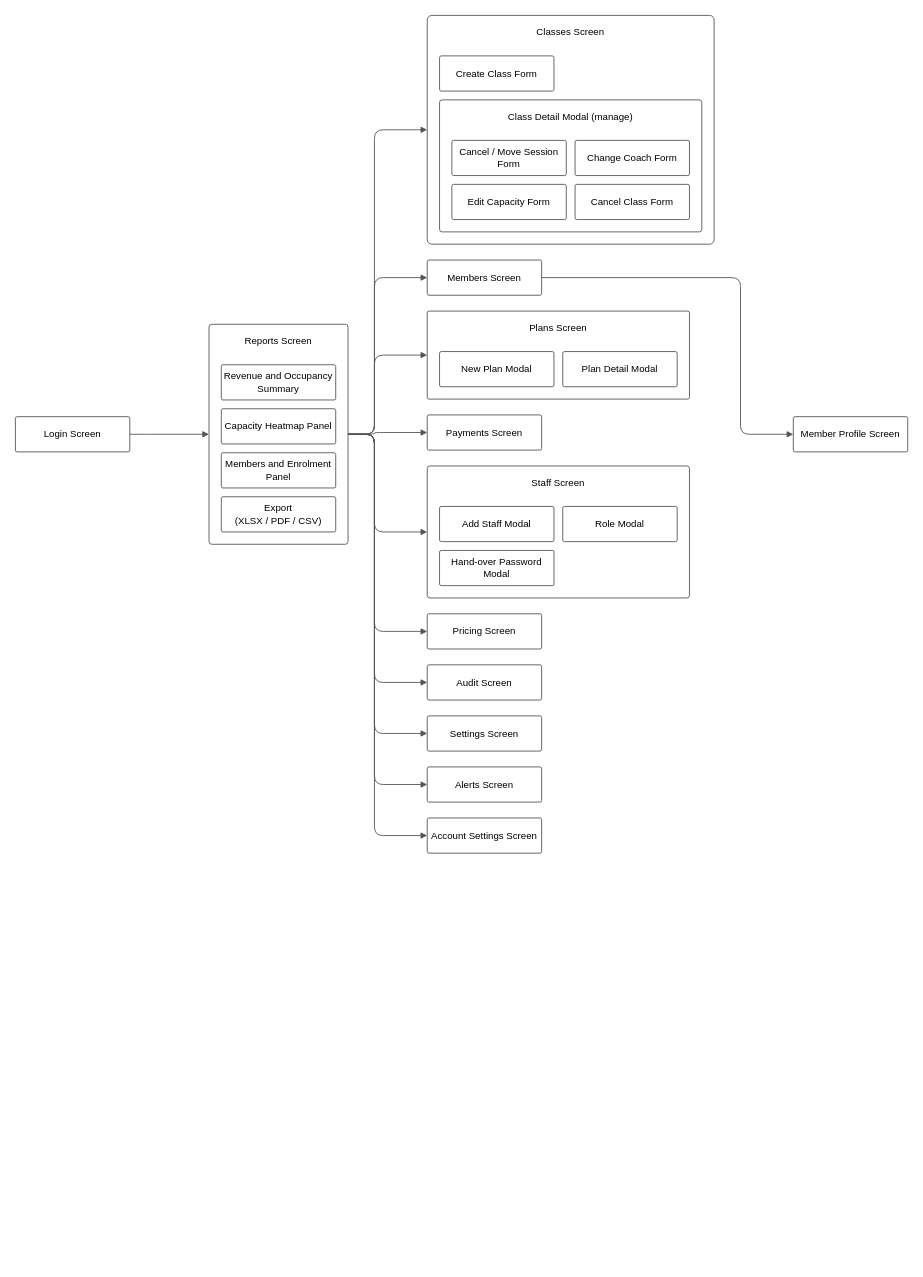
Before: docs/drawio/05-Manager.drawio in thanhsu263/sport-center-management-system, a draw.io diagram. Source tidied: cells renumbered, new cells numbered last; positions are measured from the earlier drawing's top-left corner, leaving out a move shared by most shapes. Both pictures are drawn from the tidied source at 88%, with x=0, y=0 at pixel (15, 15).
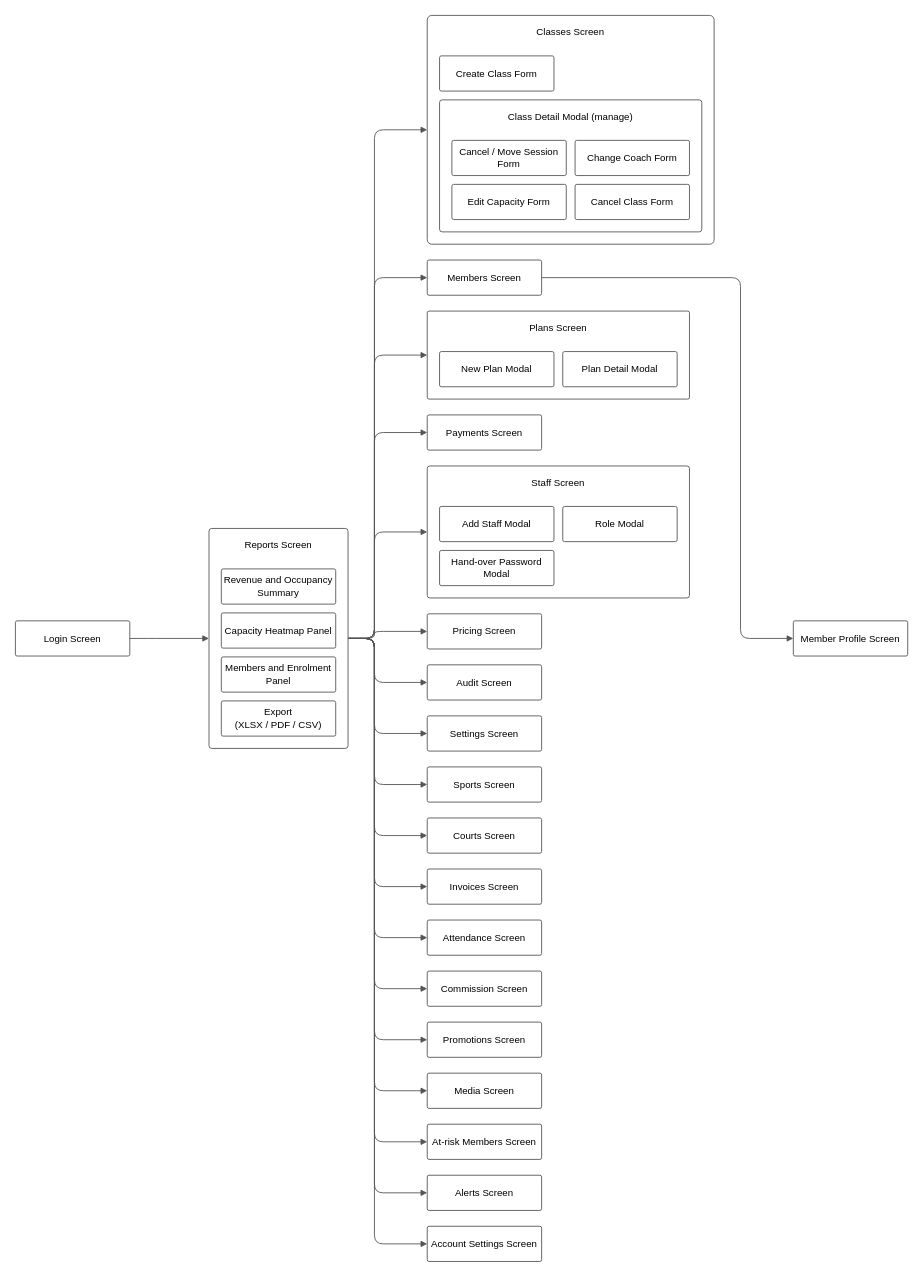
After the change.

The change refers to these unchanged cells:
```xml
<mxCell id="8" value="Classes Screen" style="rounded=1;arcSize=2;whiteSpace=wrap;html=1;fillColor=#ffffff;strokeColor=#555555;strokeWidth=1;verticalAlign=top;align=center;spacingTop=6;fontStyle=0;fontSize=11;fontFamily=Arial;" parent="1" vertex="1">
  <mxGeometry x="468" width="326" height="260" as="geometry" />
</mxCell>
<mxCell id="15" value="Members Screen" style="rounded=1;arcSize=5;whiteSpace=wrap;html=1;fillColor=#ffffff;strokeColor=#555555;strokeWidth=1;fontSize=11;fontFamily=Arial;shadow=0;" parent="1" vertex="1">
  <mxGeometry x="468" y="278" width="130" height="40" as="geometry" />
</mxCell>
<mxCell id="16" value="Plans Screen" style="rounded=1;arcSize=2;whiteSpace=wrap;html=1;fillColor=#ffffff;strokeColor=#555555;strokeWidth=1;verticalAlign=top;align=center;spacingTop=6;fontStyle=0;fontSize=11;fontFamily=Arial;" parent="1" vertex="1">
  <mxGeometry x="468" y="336" width="298" height="100" as="geometry" />
</mxCell>
<mxCell id="19" value="Payments Screen" style="rounded=1;arcSize=5;whiteSpace=wrap;html=1;fillColor=#ffffff;strokeColor=#555555;strokeWidth=1;fontSize=11;fontFamily=Arial;shadow=0;" parent="1" vertex="1">
  <mxGeometry x="468" y="454" width="130" height="40" as="geometry" />
</mxCell>
<mxCell id="20" value="Staff Screen" style="rounded=1;arcSize=2;whiteSpace=wrap;html=1;fillColor=#ffffff;strokeColor=#555555;strokeWidth=1;verticalAlign=top;align=center;spacingTop=6;fontStyle=0;fontSize=11;fontFamily=Arial;" parent="1" vertex="1">
  <mxGeometry x="468" y="512" width="298" height="150" as="geometry" />
</mxCell>
<mxCell id="24" value="Pricing Screen" style="rounded=1;arcSize=5;whiteSpace=wrap;html=1;fillColor=#ffffff;strokeColor=#555555;strokeWidth=1;fontSize=11;fontFamily=Arial;shadow=0;" parent="1" vertex="1">
  <mxGeometry x="468" y="680" width="130" height="40" as="geometry" />
</mxCell>
<mxCell id="25" value="Audit Screen" style="rounded=1;arcSize=5;whiteSpace=wrap;html=1;fillColor=#ffffff;strokeColor=#555555;strokeWidth=1;fontSize=11;fontFamily=Arial;shadow=0;" parent="1" vertex="1">
  <mxGeometry x="468" y="738" width="130" height="40" as="geometry" />
</mxCell>
<mxCell id="26" value="Settings Screen" style="rounded=1;arcSize=5;whiteSpace=wrap;html=1;fillColor=#ffffff;strokeColor=#555555;strokeWidth=1;fontSize=11;fontFamily=Arial;shadow=0;" parent="1" vertex="1">
  <mxGeometry x="468" y="796" width="130" height="40" as="geometry" />
</mxCell>
```

The edit, as a diff of the source:
```diff
@@
     <mxCell id="2" value="Login Screen" style="rounded=1;arcSize=5;whiteSpace=wrap;html=1;fillColor=#ffffff;strokeColor=#555555;strokeWidth=1;fontSize=11;fontFamily=Arial;shadow=0;" parent="1" vertex="1">
-      <mxGeometry y="456" width="130" height="40" as="geometry" />
+      <mxGeometry y="688" width="130" height="40" as="geometry" />
     </mxCell>
     <mxCell id="3" value="Reports Screen" style="rounded=1;arcSize=2;whiteSpace=wrap;html=1;fillColor=#ffffff;strokeColor=#555555;strokeWidth=1;verticalAlign=top;align=center;spacingTop=6;fontStyle=0;fontSize=11;fontFamily=Arial;" parent="1" vertex="1">
-      <mxGeometry x="220" y="351" width="158" height="250" as="geometry" />
+      <mxGeometry x="220" y="583" width="158" height="250" as="geometry" />
     </mxCell>
@@
+    <mxCell id="42" value="Sports Screen" style="rounded=1;arcSize=5;whiteSpace=wrap;html=1;fillColor=#ffffff;strokeColor=#555555;strokeWidth=1;fontSize=11;fontFamily=Arial;shadow=0;" parent="1" vertex="1">
+      <mxGeometry x="468" y="854" width="130" height="40" as="geometry" />
+    </mxCell>
+    <mxCell id="43" value="Courts Screen" style="rounded=1;arcSize=5;whiteSpace=wrap;html=1;fillColor=#ffffff;strokeColor=#555555;strokeWidth=1;fontSize=11;fontFamily=Arial;shadow=0;" parent="1" vertex="1">
+      <mxGeometry x="468" y="912" width="130" height="40" as="geometry" />
+    </mxCell>
+    <mxCell id="44" value="Invoices Screen" style="rounded=1;arcSize=5;whiteSpace=wrap;html=1;fillColor=#ffffff;strokeColor=#555555;strokeWidth=1;fontSize=11;fontFamily=Arial;shadow=0;" parent="1" vertex="1">
+      <mxGeometry x="468" y="970" width="130" height="40" as="geometry" />
+    </mxCell>
+    <mxCell id="45" value="Attendance Screen" style="rounded=1;arcSize=5;whiteSpace=wrap;html=1;fillColor=#ffffff;strokeColor=#555555;strokeWidth=1;fontSize=11;fontFamily=Arial;shadow=0;" parent="1" vertex="1">
+      <mxGeometry x="468" y="1028" width="130" height="40" as="geometry" />
+    </mxCell>
+    <mxCell id="46" value="Commission Screen" style="rounded=1;arcSize=5;whiteSpace=wrap;html=1;fillColor=#ffffff;strokeColor=#555555;strokeWidth=1;fontSize=11;fontFamily=Arial;shadow=0;" parent="1" vertex="1">
+      <mxGeometry x="468" y="1086" width="130" height="40" as="geometry" />
+    </mxCell>
+    <mxCell id="47" value="Promotions Screen" style="rounded=1;arcSize=5;whiteSpace=wrap;html=1;fillColor=#ffffff;strokeColor=#555555;strokeWidth=1;fontSize=11;fontFamily=Arial;shadow=0;" parent="1" vertex="1">
+      <mxGeometry x="468" y="1144" width="130" height="40" as="geometry" />
+    </mxCell>
+    <mxCell id="48" value="Media Screen" style="rounded=1;arcSize=5;whiteSpace=wrap;html=1;fillColor=#ffffff;strokeColor=#555555;strokeWidth=1;fontSize=11;fontFamily=Arial;shadow=0;" parent="1" vertex="1">
+      <mxGeometry x="468" y="1202" width="130" height="40" as="geometry" />
+    </mxCell>
+    <mxCell id="49" value="At-risk Members Screen" style="rounded=1;arcSize=5;whiteSpace=wrap;html=1;fillColor=#ffffff;strokeColor=#555555;strokeWidth=1;fontSize=11;fontFamily=Arial;shadow=0;" parent="1" vertex="1">
+      <mxGeometry x="468" y="1260" width="130" height="40" as="geometry" />
+    </mxCell>
     <mxCell id="27" value="Alerts Screen" style="rounded=1;arcSize=5;whiteSpace=wrap;html=1;fillColor=#ffffff;strokeColor=#555555;strokeWidth=1;fontSize=11;fontFamily=Arial;shadow=0;" parent="1" vertex="1">
-      <mxGeometry x="468" y="854" width="130" height="40" as="geometry" />
+      <mxGeometry x="468" y="1318" width="130" height="40" as="geometry" />
     </mxCell>
     <mxCell id="28" value="Account Settings Screen" style="rounded=1;arcSize=5;whiteSpace=wrap;html=1;fillColor=#ffffff;strokeColor=#555555;strokeWidth=1;fontSize=11;fontFamily=Arial;shadow=0;" parent="1" vertex="1">
-      <mxGeometry x="468" y="912" width="130" height="40" as="geometry" />
+      <mxGeometry x="468" y="1376" width="130" height="40" as="geometry" />
     </mxCell>
     <mxCell id="29" value="Member Profile Screen" style="rounded=1;arcSize=5;whiteSpace=wrap;html=1;fillColor=#ffffff;strokeColor=#555555;strokeWidth=1;fontSize=11;fontFamily=Arial;shadow=0;" parent="1" vertex="1">
-      <mxGeometry x="884" y="456" width="130" height="40" as="geometry" />
+      <mxGeometry x="884" y="688" width="130" height="40" as="geometry" />
     </mxCell>
     <mxCell id="30" style="edgeStyle=orthogonalEdgeStyle;rounded=1;html=1;endArrow=block;endFill=1;endSize=5;strokeColor=#555555;strokeWidth=1;fontSize=11;fontFamily=Arial;labelBackgroundColor=#ffffff;exitX=1;exitY=0.5;entryX=0;entryY=0.5;" parent="1" edge="1" source="2" target="3">
       <mxGeometry relative="1" as="geometry">
         <Array as="points">
-          <mxPoint x="160" y="476" />
-          <mxPoint x="160" y="476" />
+          <mxPoint x="160" y="708" />
+          <mxPoint x="160" y="708" />
         </Array>
       </mxGeometry>
     </mxCell>
     <mxCell id="31" style="edgeStyle=orthogonalEdgeStyle;rounded=1;html=1;endArrow=block;endFill=1;endSize=5;strokeColor=#555555;strokeWidth=1;fontSize=11;fontFamily=Arial;labelBackgroundColor=#ffffff;exitX=1;exitY=0.5;entryX=0;entryY=0.5;" parent="1" edge="1" source="3" target="8">
       <mxGeometry relative="1" as="geometry">
         <Array as="points">
-          <mxPoint x="408" y="476" />
+          <mxPoint x="408" y="708" />
           <mxPoint x="408" y="130" />
         </Array>
       </mxGeometry>
     </mxCell>
     <mxCell id="32" style="edgeStyle=orthogonalEdgeStyle;rounded=1;html=1;endArrow=block;endFill=1;endSize=5;strokeColor=#555555;strokeWidth=1;fontSize=11;fontFamily=Arial;labelBackgroundColor=#ffffff;exitX=1;exitY=0.5;entryX=0;entryY=0.5;" parent="1" edge="1" source="3" target="15">
       <mxGeometry relative="1" as="geometry">
         <Array as="points">
-          <mxPoint x="408" y="476" />
+          <mxPoint x="408" y="708" />
           <mxPoint x="408" y="298" />
         </Array>
       </mxGeometry>
     </mxCell>
     <mxCell id="33" style="edgeStyle=orthogonalEdgeStyle;rounded=1;html=1;endArrow=block;endFill=1;endSize=5;strokeColor=#555555;strokeWidth=1;fontSize=11;fontFamily=Arial;labelBackgroundColor=#ffffff;exitX=1;exitY=0.5;entryX=0;entryY=0.5;" parent="1" edge="1" source="3" target="16">
       <mxGeometry relative="1" as="geometry">
         <Array as="points">
-          <mxPoint x="408" y="476" />
+          <mxPoint x="408" y="708" />
           <mxPoint x="408" y="386" />
         </Array>
       </mxGeometry>
     </mxCell>
     <mxCell id="34" style="edgeStyle=orthogonalEdgeStyle;rounded=1;html=1;endArrow=block;endFill=1;endSize=5;strokeColor=#555555;strokeWidth=1;fontSize=11;fontFamily=Arial;labelBackgroundColor=#ffffff;exitX=1;exitY=0.5;entryX=0;entryY=0.5;" parent="1" edge="1" source="3" target="19">
       <mxGeometry relative="1" as="geometry">
         <Array as="points">
-          <mxPoint x="408" y="476" />
+          <mxPoint x="408" y="708" />
           <mxPoint x="408" y="474" />
         </Array>
       </mxGeometry>
     </mxCell>
     <mxCell id="35" style="edgeStyle=orthogonalEdgeStyle;rounded=1;html=1;endArrow=block;endFill=1;endSize=5;strokeColor=#555555;strokeWidth=1;fontSize=11;fontFamily=Arial;labelBackgroundColor=#ffffff;exitX=1;exitY=0.5;entryX=0;entryY=0.5;" parent="1" edge="1" source="3" target="20">
       <mxGeometry relative="1" as="geometry">
         <Array as="points">
-          <mxPoint x="408" y="476" />
+          <mxPoint x="408" y="708" />
           <mxPoint x="408" y="587" />
         </Array>
       </mxGeometry>
     </mxCell>
     <mxCell id="36" style="edgeStyle=orthogonalEdgeStyle;rounded=1;html=1;endArrow=block;endFill=1;endSize=5;strokeColor=#555555;strokeWidth=1;fontSize=11;fontFamily=Arial;labelBackgroundColor=#ffffff;exitX=1;exitY=0.5;entryX=0;entryY=0.5;" parent="1" edge="1" source="3" target="24">
       <mxGeometry relative="1" as="geometry">
         <Array as="points">
-          <mxPoint x="408" y="476" />
+          <mxPoint x="408" y="708" />
           <mxPoint x="408" y="700" />
         </Array>
       </mxGeometry>
     </mxCell>
     <mxCell id="37" style="edgeStyle=orthogonalEdgeStyle;rounded=1;html=1;endArrow=block;endFill=1;endSize=5;strokeColor=#555555;strokeWidth=1;fontSize=11;fontFamily=Arial;labelBackgroundColor=#ffffff;exitX=1;exitY=0.5;entryX=0;entryY=0.5;" parent="1" edge="1" source="3" target="25">
       <mxGeometry relative="1" as="geometry">
         <Array as="points">
-          <mxPoint x="408" y="476" />
+          <mxPoint x="408" y="708" />
           <mxPoint x="408" y="758" />
         </Array>
       </mxGeometry>
     </mxCell>
     <mxCell id="38" style="edgeStyle=orthogonalEdgeStyle;rounded=1;html=1;endArrow=block;endFill=1;endSize=5;strokeColor=#555555;strokeWidth=1;fontSize=11;fontFamily=Arial;labelBackgroundColor=#ffffff;exitX=1;exitY=0.5;entryX=0;entryY=0.5;" parent="1" edge="1" source="3" target="26">
       <mxGeometry relative="1" as="geometry">
         <Array as="points">
-          <mxPoint x="408" y="476" />
+          <mxPoint x="408" y="708" />
           <mxPoint x="408" y="816" />
         </Array>
       </mxGeometry>
     </mxCell>
-    <mxCell id="39" style="edgeStyle=orthogonalEdgeStyle;rounded=1;html=1;endArrow=block;endFill=1;endSize=5;strokeColor=#555555;strokeWidth=1;fontSize=11;fontFamily=Arial;labelBackgroundColor=#ffffff;exitX=1;exitY=0.5;entryX=0;entryY=0.5;" parent="1" edge="1" source="3" target="27">
+    <mxCell id="39" style="edgeStyle=orthogonalEdgeStyle;rounded=1;html=1;endArrow=block;endFill=1;endSize=5;strokeColor=#555555;strokeWidth=1;fontSize=11;fontFamily=Arial;labelBackgroundColor=#ffffff;exitX=1;exitY=0.5;entryX=0;entryY=0.5;" parent="1" edge="1" source="3" target="42">
       <mxGeometry relative="1" as="geometry">
         <Array as="points">
-          <mxPoint x="408" y="476" />
+          <mxPoint x="408" y="708" />
           <mxPoint x="408" y="874" />
         </Array>
       </mxGeometry>
     </mxCell>
-    <mxCell id="40" style="edgeStyle=orthogonalEdgeStyle;rounded=1;html=1;endArrow=block;endFill=1;endSize=5;strokeColor=#555555;strokeWidth=1;fontSize=11;fontFamily=Arial;labelBackgroundColor=#ffffff;exitX=1;exitY=0.5;entryX=0;entryY=0.5;" parent="1" edge="1" source="3" target="28">
+    <mxCell id="40" style="edgeStyle=orthogonalEdgeStyle;rounded=1;html=1;endArrow=block;endFill=1;endSize=5;strokeColor=#555555;strokeWidth=1;fontSize=11;fontFamily=Arial;labelBackgroundColor=#ffffff;exitX=1;exitY=0.5;entryX=0;entryY=0.5;" parent="1" edge="1" source="3" target="43">
       <mxGeometry relative="1" as="geometry">
         <Array as="points">
-          <mxPoint x="408" y="476" />
+          <mxPoint x="408" y="708" />
           <mxPoint x="408" y="932" />
         </Array>
       </mxGeometry>
     </mxCell>
-    <mxCell id="41" style="edgeStyle=orthogonalEdgeStyle;rounded=1;html=1;endArrow=block;endFill=1;endSize=5;strokeColor=#555555;strokeWidth=1;fontSize=11;fontFamily=Arial;labelBackgroundColor=#ffffff;exitX=1;exitY=0.5;entryX=0;entryY=0.5;" parent="1" edge="1" source="15" target="29">
+    <mxCell id="41" style="edgeStyle=orthogonalEdgeStyle;rounded=1;html=1;endArrow=block;endFill=1;endSize=5;strokeColor=#555555;strokeWidth=1;fontSize=11;fontFamily=Arial;labelBackgroundColor=#ffffff;exitX=1;exitY=0.5;entryX=0;entryY=0.5;" parent="1" edge="1" source="3" target="44">
       <mxGeometry relative="1" as="geometry">
         <Array as="points">
-          <mxPoint x="824" y="298" />
-          <mxPoint x="824" y="476" />
+          <mxPoint x="408" y="708" />
+          <mxPoint x="408" y="990" />
         </Array>
       </mxGeometry>
     </mxCell>
+    <mxCell id="50" style="edgeStyle=orthogonalEdgeStyle;rounded=1;html=1;endArrow=block;endFill=1;endSize=5;strokeColor=#555555;strokeWidth=1;fontSize=11;fontFamily=Arial;labelBackgroundColor=#ffffff;exitX=1;exitY=0.5;entryX=0;entryY=0.5;" parent="1" edge="1" source="3" target="45">
+      <mxGeometry relative="1" as="geometry">
+        <Array as="points">
+          <mxPoint x="408" y="708" />
+          <mxPoint x="408" y="1048" />
+        </Array>
+      </mxGeometry>
+    </mxCell>
+    <mxCell id="51" style="edgeStyle=orthogonalEdgeStyle;rounded=1;html=1;endArrow=block;endFill=1;endSize=5;strokeColor=#555555;strokeWidth=1;fontSize=11;fontFamily=Arial;labelBackgroundColor=#ffffff;exitX=1;exitY=0.5;entryX=0;entryY=0.5;" parent="1" edge="1" source="3" target="46">
+      <mxGeometry relative="1" as="geometry">
+        <Array as="points">
+          <mxPoint x="408" y="708" />
+          <mxPoint x="408" y="1106" />
+        </Array>
+      </mxGeometry>
+    </mxCell>
+    <mxCell id="52" style="edgeStyle=orthogonalEdgeStyle;rounded=1;html=1;endArrow=block;endFill=1;endSize=5;strokeColor=#555555;strokeWidth=1;fontSize=11;fontFamily=Arial;labelBackgroundColor=#ffffff;exitX=1;exitY=0.5;entryX=0;entryY=0.5;" parent="1" edge="1" source="3" target="47">
+      <mxGeometry relative="1" as="geometry">
+        <Array as="points">
+          <mxPoint x="408" y="708" />
+          <mxPoint x="408" y="1164" />
+        </Array>
+      </mxGeometry>
+    </mxCell>
+    <mxCell id="53" style="edgeStyle=orthogonalEdgeStyle;rounded=1;html=1;endArrow=block;endFill=1;endSize=5;strokeColor=#555555;strokeWidth=1;fontSize=11;fontFamily=Arial;labelBackgroundColor=#ffffff;exitX=1;exitY=0.5;entryX=0;entryY=0.5;" parent="1" edge="1" source="3" target="48">
+      <mxGeometry relative="1" as="geometry">
+        <Array as="points">
+          <mxPoint x="408" y="708" />
+          <mxPoint x="408" y="1222" />
+        </Array>
+      </mxGeometry>
+    </mxCell>
+    <mxCell id="54" style="edgeStyle=orthogonalEdgeStyle;rounded=1;html=1;endArrow=block;endFill=1;endSize=5;strokeColor=#555555;strokeWidth=1;fontSize=11;fontFamily=Arial;labelBackgroundColor=#ffffff;exitX=1;exitY=0.5;entryX=0;entryY=0.5;" parent="1" edge="1" source="3" target="49">
+      <mxGeometry relative="1" as="geometry">
+        <Array as="points">
+          <mxPoint x="408" y="708" />
+          <mxPoint x="408" y="1280" />
+        </Array>
+      </mxGeometry>
+    </mxCell>
+    <mxCell id="55" style="edgeStyle=orthogonalEdgeStyle;rounded=1;html=1;endArrow=block;endFill=1;endSize=5;strokeColor=#555555;strokeWidth=1;fontSize=11;fontFamily=Arial;labelBackgroundColor=#ffffff;exitX=1;exitY=0.5;entryX=0;entryY=0.5;" parent="1" edge="1" source="3" target="27">
+      <mxGeometry relative="1" as="geometry">
+        <Array as="points">
+          <mxPoint x="408" y="708" />
+          <mxPoint x="408" y="1338" />
+        </Array>
+      </mxGeometry>
+    </mxCell>
+    <mxCell id="56" style="edgeStyle=orthogonalEdgeStyle;rounded=1;html=1;endArrow=block;endFill=1;endSize=5;strokeColor=#555555;strokeWidth=1;fontSize=11;fontFamily=Arial;labelBackgroundColor=#ffffff;exitX=1;exitY=0.5;entryX=0;entryY=0.5;" parent="1" edge="1" source="3" target="28">
+      <mxGeometry relative="1" as="geometry">
+        <Array as="points">
+          <mxPoint x="408" y="708" />
+          <mxPoint x="408" y="1396" />
+        </Array>
+      </mxGeometry>
+    </mxCell>
+    <mxCell id="57" style="edgeStyle=orthogonalEdgeStyle;rounded=1;html=1;endArrow=block;endFill=1;endSize=5;strokeColor=#555555;strokeWidth=1;fontSize=11;fontFamily=Arial;labelBackgroundColor=#ffffff;exitX=1;exitY=0.5;entryX=0;entryY=0.5;" parent="1" edge="1" source="15" target="29">
+      <mxGeometry relative="1" as="geometry">
+        <Array as="points">
+          <mxPoint x="824" y="298" />
+          <mxPoint x="824" y="708" />
+        </Array>
+      </mxGeometry>
+    </mxCell>
```
